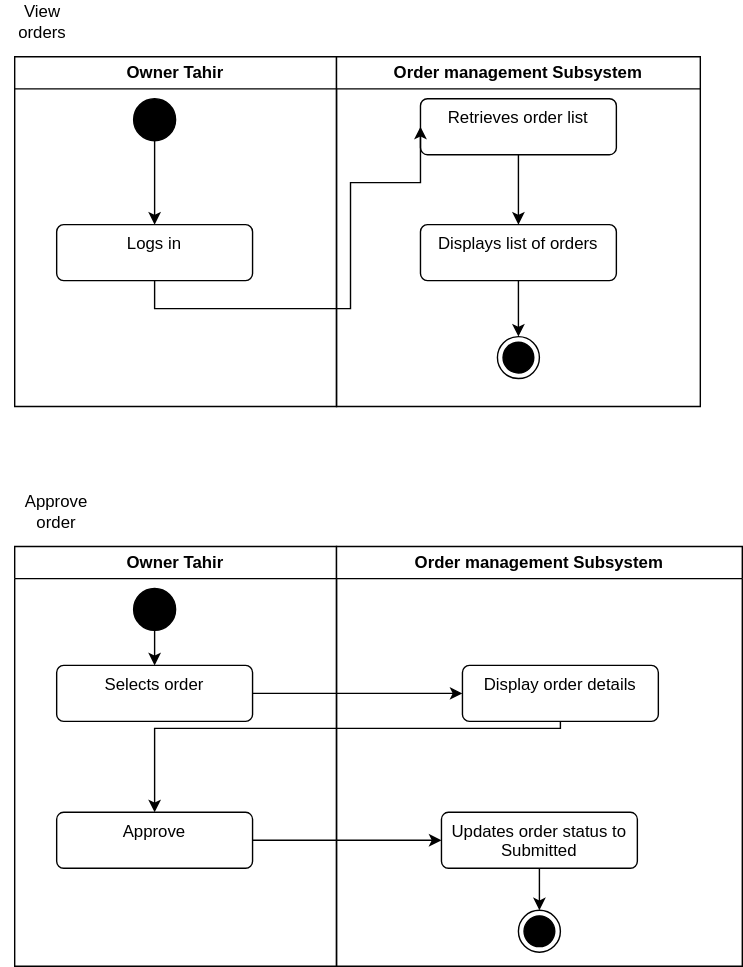
Earlier version of the draw.io export order_act.svg (Simamkele88/IFM3_GP). Source tidied: cells renumbered, new cells last; positions are measured from the earlier drawing's top-left corner, leaving out a move shared by most shapes.
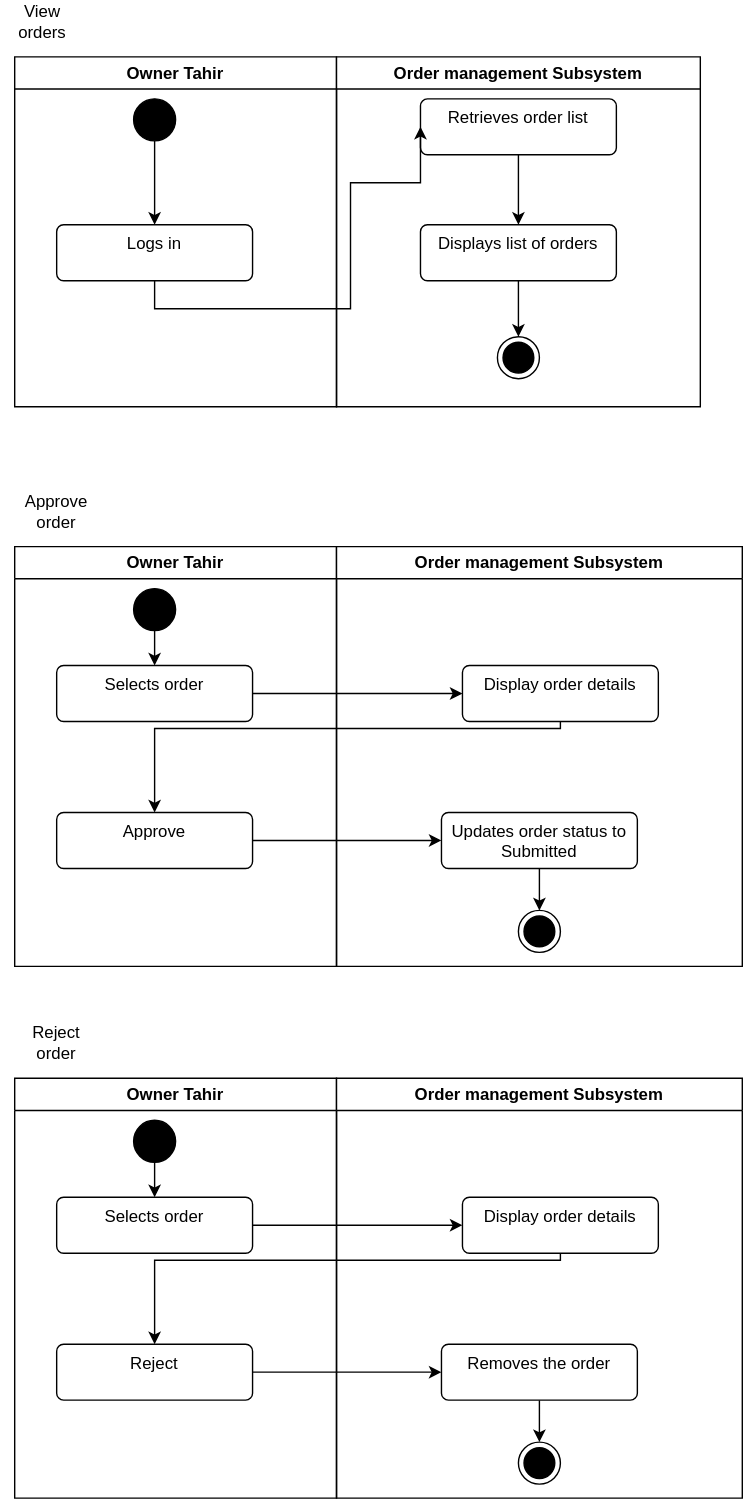
The same diagram one commit later.

Diff of the diagram source:
```diff
@@ -90,5 +90,52 @@
     <mxCell id="27" value="Approve order" style="text;html=1;align=center;verticalAlign=middle;whiteSpace=wrap;rounded=0;" parent="1" vertex="1">
       <mxGeometry x="10" y="350" width="60" height="30" as="geometry" />
     </mxCell>
+    <mxCell id="28" value="Owner Tahir" style="swimlane;whiteSpace=wrap;html=1;" parent="1" vertex="1">
+      <mxGeometry x="10" y="770" width="230" height="300" as="geometry" />
+    </mxCell>
+    <mxCell id="29" style="edgeStyle=orthogonalEdgeStyle;rounded=0;jettySize=auto;html=1;" parent="28" edge="1" source="30" target="31">
+      <mxGeometry relative="1" as="geometry" />
+    </mxCell>
+    <mxCell id="30" style="ellipse;fillColor=strokeColor;html=1;" parent="28" vertex="1">
+      <mxGeometry x="85" y="30" width="30" height="30" as="geometry" />
+    </mxCell>
+    <mxCell id="31" value="Selects order" style="html=1;align=center;verticalAlign=top;rounded=1;absoluteArcSize=1;arcSize=10;dashed=0;whiteSpace=wrap;" parent="28" vertex="1">
+      <mxGeometry x="30" y="85" width="140" height="40" as="geometry" />
+    </mxCell>
+    <mxCell id="32" value="Reject" style="html=1;align=center;verticalAlign=top;rounded=1;absoluteArcSize=1;arcSize=10;dashed=0;whiteSpace=wrap;" parent="28" vertex="1">
+      <mxGeometry x="30" y="190" width="140" height="40" as="geometry" />
+    </mxCell>
+    <mxCell id="33" value="Order management Subsystem" style="swimlane;whiteSpace=wrap;html=1;" parent="1" vertex="1">
+      <mxGeometry x="240" y="770" width="290" height="300" as="geometry" />
+    </mxCell>
+    <mxCell id="34" style="ellipse;html=1;shape=endState;fillColor=strokeColor;" parent="33" vertex="1">
+      <mxGeometry x="130" y="260" width="30" height="30" as="geometry" />
+    </mxCell>
+    <mxCell id="35" value="Display order details" style="html=1;align=center;verticalAlign=top;rounded=1;absoluteArcSize=1;arcSize=10;dashed=0;whiteSpace=wrap;" parent="33" vertex="1">
+      <mxGeometry x="90" y="85" width="140" height="40" as="geometry" />
+    </mxCell>
+    <mxCell id="36" style="edgeStyle=orthogonalEdgeStyle;rounded=0;jettySize=auto;html=1;" parent="33" edge="1" source="37" target="34">
+      <mxGeometry relative="1" as="geometry" />
+    </mxCell>
+    <mxCell id="37" value="Removes the order" style="html=1;align=center;verticalAlign=top;rounded=1;absoluteArcSize=1;arcSize=10;dashed=0;whiteSpace=wrap;" parent="33" vertex="1">
+      <mxGeometry x="75" y="190" width="140" height="40" as="geometry" />
+    </mxCell>
+    <mxCell id="38" style="edgeStyle=orthogonalEdgeStyle;rounded=0;jettySize=auto;html=1;entryX=0;entryY=0.5;entryDx=0;entryDy=0;" parent="1" edge="1" source="31" target="35">
+      <mxGeometry relative="1" as="geometry" />
+    </mxCell>
+    <mxCell id="39" style="edgeStyle=orthogonalEdgeStyle;rounded=0;jettySize=auto;html=1;entryX=0.5;entryY=0;entryDx=0;entryDy=0;" parent="1" edge="1" source="35" target="32">
+      <mxGeometry relative="1" as="geometry">
+        <Array as="points">
+          <mxPoint x="400" y="900" />
+          <mxPoint x="110" y="900" />
+        </Array>
+      </mxGeometry>
+    </mxCell>
+    <mxCell id="40" style="edgeStyle=orthogonalEdgeStyle;rounded=0;jettySize=auto;html=1;entryX=0;entryY=0.5;entryDx=0;entryDy=0;" parent="1" edge="1" source="32" target="37">
+      <mxGeometry relative="1" as="geometry" />
+    </mxCell>
+    <mxCell id="41" value="Reject order" style="text;html=1;align=center;verticalAlign=middle;whiteSpace=wrap;rounded=0;" parent="1" vertex="1">
+      <mxGeometry x="10" y="730" width="60" height="30" as="geometry" />
+    </mxCell>
   </root>
 </mxGraphModel>
```
